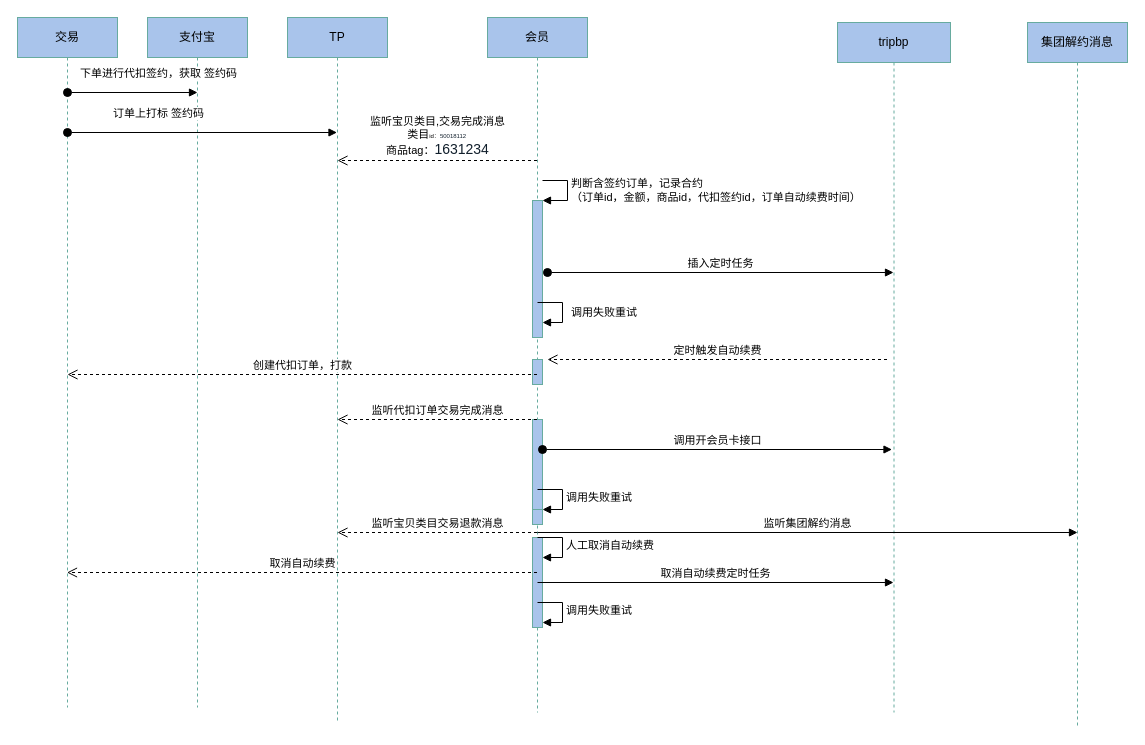
This is page "连续包年" (5 of 5) of 付费权益.drawio from renqiuming/drawio, a draw.io file, before an edit. Source tidied: cells renumbered, new cells numbered last; positions are measured from the earlier drawing's top-left corner, leaving out a move shared by most shapes. Both pictures are drawn from the tidied source at 100%, with x=0, y=0 at pixel (17, 17).
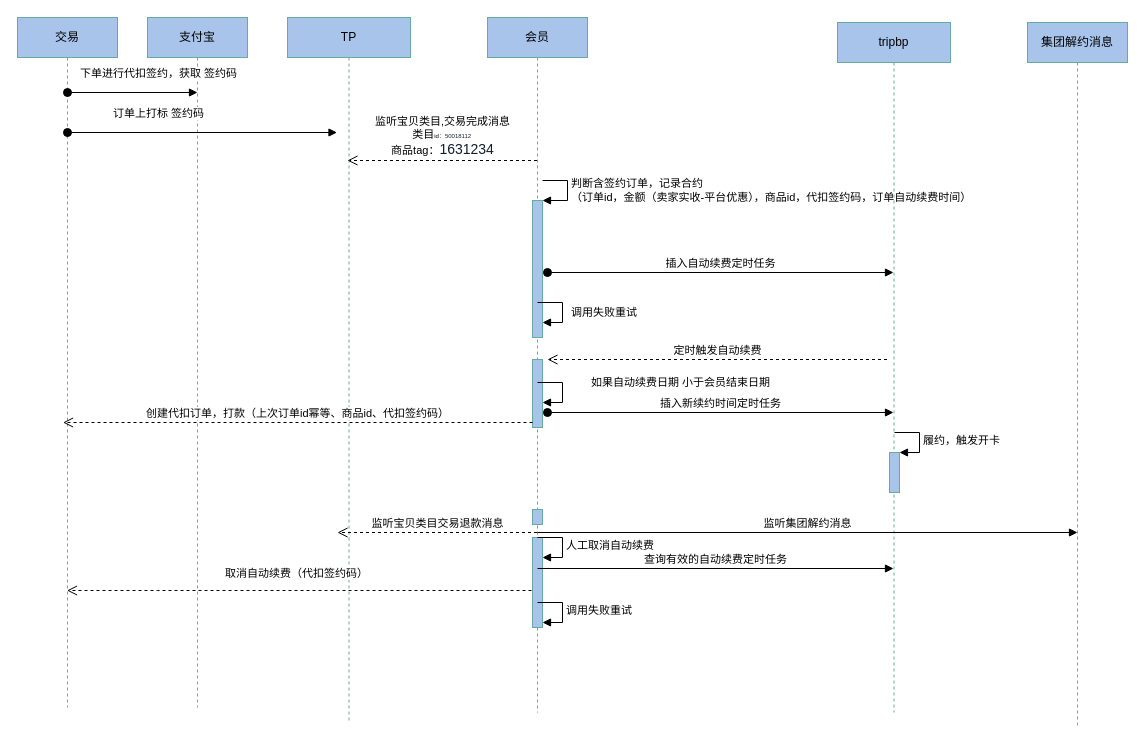
The same diagram, later.

Commit message:
更新付费权益.drawio

The change refers to these unchanged cells:
```xml
<mxCell id="2" value="会员" style="shape=umlLifeline;perimeter=lifelinePerimeter;whiteSpace=wrap;html=1;outlineConnect=0;strokeColor=#67AB9F;fillColor=#A9C4EB;" parent="1" vertex="1">
  <mxGeometry x="470" width="100" height="695" as="geometry" />
</mxCell>
<mxCell id="3" style="html=1;points=[];perimeter=orthogonalPerimeter;strokeColor=#67AB9F;fillColor=#A9C4EB;" parent="2" vertex="1">
  <mxGeometry x="45" y="183" width="10" height="137" as="geometry" />
</mxCell>
<mxCell id="9" style="html=1;points=[];perimeter=orthogonalPerimeter;strokeColor=#67AB9F;fillColor=#A9C4EB;" parent="2" vertex="1">
  <mxGeometry x="45" y="492" width="10" height="15" as="geometry" />
</mxCell>
<mxCell id="11" style="html=1;points=[];perimeter=orthogonalPerimeter;strokeColor=#67AB9F;fillColor=#A9C4EB;" parent="2" vertex="1">
  <mxGeometry x="45" y="520" width="10" height="90" as="geometry" />
</mxCell>
<mxCell id="17" value="交易" style="shape=umlLifeline;perimeter=lifelinePerimeter;whiteSpace=wrap;html=1;outlineConnect=0;strokeColor=#67AB9F;fillColor=#A9C4EB;" parent="1" vertex="1">
  <mxGeometry width="100" height="690" as="geometry" />
</mxCell>
<mxCell id="19" value="tripbp" style="shape=umlLifeline;perimeter=lifelinePerimeter;whiteSpace=wrap;html=1;outlineConnect=0;strokeColor=#67AB9F;fillColor=#A9C4EB;" parent="1" vertex="1">
  <mxGeometry x="820" y="5" width="113" height="690" as="geometry" />
</mxCell>
```

The edit, as a diff of the source:
```diff
@@
-    <mxCell id="4" value="判断含签约订单，记录合约&lt;br&gt;（订单id，金额，商品id，代扣签约id，订单自动续费时间）" style="edgeStyle=orthogonalEdgeStyle;html=1;align=left;spacingLeft=2;endArrow=block;rounded=0;entryX=1;entryY=0;" parent="2" edge="1" target="3">
+    <mxCell id="4" value="判断含签约订单，记录合约&lt;br&gt;（订单id，金额（卖家实收-平台优惠），商品id，代扣签约码，订单自动续费时间）" style="edgeStyle=orthogonalEdgeStyle;html=1;align=left;spacingLeft=2;endArrow=block;rounded=0;entryX=1;entryY=0;" parent="2" edge="1" target="3">
       <mxGeometry relative="1" as="geometry">
         <mxPoint x="55" y="163" as="sourcePoint" />
         <Array as="points">
           <mxPoint x="80" y="163" />
         </Array>
       </mxGeometry>
     </mxCell>
-    <mxCell id="5" value="插入定时任务" style="html=1;verticalAlign=bottom;startArrow=oval;startFill=1;endArrow=block;startSize=8;" parent="2" edge="1" target="19">
+    <mxCell id="5" value="插入自动续费定时任务" style="html=1;verticalAlign=bottom;startArrow=oval;startFill=1;endArrow=block;startSize=8;" parent="2" edge="1" target="19">
       <mxGeometry relative="1" as="geometry">
         <mxPoint x="60" y="255" as="sourcePoint" />
       </mxGeometry>
     </mxCell>
@@
     <mxCell id="7" style="html=1;perimeter=orthogonalPerimeter;strokeColor=#67AB9F;fillColor=#A9C4EB;" parent="2" vertex="1">
-      <mxGeometry x="45" y="342" width="10" height="25" as="geometry" />
+      <mxGeometry x="45" y="342" width="10" height="68" as="geometry" />
     </mxCell>
-    <mxCell id="8" style="html=1;perimeter=orthogonalPerimeter;strokeColor=#67AB9F;fillColor=#A9C4EB;" parent="2" vertex="1">
-      <mxGeometry x="45" y="402" width="10" height="95" as="geometry" />
-    </mxCell>
@@
-    <mxCell id="10" value="调用失败重试" style="edgeStyle=orthogonalEdgeStyle;html=1;align=left;spacingLeft=2;endArrow=block;rounded=0;entryX=1;entryY=0;" parent="2" edge="1" target="9">
-      <mxGeometry relative="1" as="geometry">
-        <mxPoint x="50" y="472" as="sourcePoint" />
-        <Array as="points">
-          <mxPoint x="75" y="472" />
-        </Array>
-      </mxGeometry>
-    </mxCell>
@@
-    <mxCell id="12" value="取消自动续费定时任务" style="html=1;verticalAlign=bottom;endArrow=block;" parent="2" edge="1" target="19">
+    <mxCell id="12" value="查询有效的自动续费定时任务" style="html=1;verticalAlign=bottom;endArrow=block;" parent="2" edge="1">
       <mxGeometry relative="1" as="geometry">
-        <mxPoint x="50" y="565" as="sourcePoint" />
+        <mxPoint x="50" y="551" as="sourcePoint" />
+        <mxPoint x="406" y="551" as="targetPoint" />
       </mxGeometry>
     </mxCell>
     <mxCell id="13" value="TP" style="shape=umlLifeline;perimeter=lifelinePerimeter;whiteSpace=wrap;html=1;strokeColor=#67AB9F;fillColor=#A9C4EB;" parent="1" vertex="1">
-      <mxGeometry x="270" width="100" height="705" as="geometry" />
+      <mxGeometry x="270" width="123" height="705" as="geometry" />
     </mxCell>
     <mxCell id="14" value="监听宝贝类目,交易完成消息&lt;br&gt;类目&lt;font&gt;&lt;span style=&quot;font-size: 6px&quot;&gt;id：&lt;/span&gt;&lt;span style=&quot;color: rgb(17 , 31 , 44) ; font-family: , , , ; text-align: left&quot;&gt;&lt;font style=&quot;font-size: 6px&quot;&gt;50018112&amp;nbsp;&lt;/font&gt;&lt;/span&gt;&lt;/font&gt;&lt;br&gt;商品tag：&lt;span style=&quot;color: rgb(17 , 31 , 44) ; font-family: , , &amp;#34;segoe ui&amp;#34; , &amp;#34;hiragino sans gb&amp;#34; , &amp;#34;microsoft yahei&amp;#34; , &amp;#34;helvetica neue&amp;#34; , &amp;#34;helvetica&amp;#34; , &amp;#34;arial&amp;#34; , sans-serif ; font-size: 14px ; text-align: left&quot;&gt;1631234&lt;/span&gt;" style="html=1;verticalAlign=bottom;endArrow=open;dashed=1;endSize=8;" parent="13" edge="1">
       <mxGeometry relative="1" as="geometry">
         <mxPoint x="249.5" y="143" as="sourcePoint" />
-        <mxPoint x="50" y="143" as="targetPoint" />
+        <mxPoint x="60" y="143" as="targetPoint" />
       </mxGeometry>
     </mxCell>
-    <mxCell id="15" value="监听代扣订单交易完成消息" style="html=1;verticalAlign=bottom;endArrow=open;dashed=1;endSize=8;" parent="13" edge="1">
-      <mxGeometry relative="1" as="geometry">
-        <mxPoint x="249.5" y="402" as="sourcePoint" />
-        <mxPoint x="50" y="402" as="targetPoint" />
-      </mxGeometry>
-    </mxCell>
@@
-    <mxCell id="18" value="创建代扣订单，打款" style="html=1;verticalAlign=bottom;endArrow=open;dashed=1;endSize=8;" parent="17" edge="1">
-      <mxGeometry relative="1" as="geometry">
-        <mxPoint x="519.5" y="357" as="sourcePoint" />
-        <mxPoint x="50" y="357" as="targetPoint" />
-      </mxGeometry>
-    </mxCell>
@@
-    <mxCell id="20" value="调用开会员卡接口" style="html=1;verticalAlign=bottom;startArrow=oval;startFill=1;endArrow=block;startSize=8;" parent="1" edge="1">
-      <mxGeometry relative="1" as="geometry">
-        <mxPoint x="525" y="432" as="sourcePoint" />
-        <mxPoint x="874.5" y="432" as="targetPoint" />
-      </mxGeometry>
-    </mxCell>
+    <mxCell id="32" style="html=1;points=[];perimeter=orthogonalPerimeter;strokeColor=#67AB9F;fillColor=#A9C4EB;" parent="19" vertex="1">
+      <mxGeometry x="52" y="430" width="10" height="40" as="geometry" />
+    </mxCell>
+    <mxCell id="33" value="履约，触发开卡" style="edgeStyle=orthogonalEdgeStyle;html=1;align=left;spacingLeft=2;endArrow=block;rounded=0;entryX=1;entryY=0;" parent="19" edge="1" target="32">
+      <mxGeometry relative="1" as="geometry">
+        <mxPoint x="57" y="410" as="sourcePoint" />
+        <Array as="points">
+          <mxPoint x="82" y="410" />
+        </Array>
+      </mxGeometry>
+    </mxCell>
@@
-    <mxCell id="31" value="取消自动续费" style="html=1;verticalAlign=bottom;endArrow=open;dashed=1;endSize=8;" parent="1" edge="1" source="2" target="17">
-      <mxGeometry relative="1" as="geometry">
+    <mxCell id="31" value="取消自动续费（代扣签约码）" style="html=1;verticalAlign=bottom;endArrow=open;dashed=1;endSize=8;exitX=-0.1;exitY=0.589;exitDx=0;exitDy=0;exitPerimeter=0;" parent="1" edge="1" source="11" target="17">
+      <mxGeometry x="0.01" y="-8" relative="1" as="geometry">
         <Array as="points">
-          <mxPoint x="410" y="555" />
-          <mxPoint x="130" y="555" />
+          <mxPoint x="410" y="573" />
+          <mxPoint x="130" y="573" />
         </Array>
       </mxGeometry>
     </mxCell>
+    <mxCell id="18" value="创建代扣订单，打款（上次订单id幂等、商品id、代扣签约码）" style="html=1;verticalAlign=bottom;endArrow=open;dashed=1;endSize=8;" parent="1" edge="1">
+      <mxGeometry relative="1" as="geometry">
+        <mxPoint x="515" y="405" as="sourcePoint" />
+        <mxPoint x="45.5" y="405" as="targetPoint" />
+      </mxGeometry>
+    </mxCell>
+    <mxCell id="34" value="如果自动续费日期 小于会员结束日期" style="edgeStyle=orthogonalEdgeStyle;html=1;align=left;spacingLeft=2;endArrow=block;rounded=0;entryX=1;entryY=0;" parent="1" edge="1">
+      <mxGeometry x="-0.23" y="25" relative="1" as="geometry">
+        <mxPoint x="520" y="365" as="sourcePoint" />
+        <mxPoint x="525" y="385" as="targetPoint" />
+        <Array as="points">
+          <mxPoint x="545" y="365" />
+        </Array>
+      </mxGeometry>
+    </mxCell>
+    <mxCell id="35" value="插入新续约时间定时任务" style="html=1;verticalAlign=bottom;startArrow=oval;startFill=1;endArrow=block;startSize=8;" parent="1" edge="1">
+      <mxGeometry relative="1" as="geometry">
+        <mxPoint x="530" y="395" as="sourcePoint" />
+        <mxPoint x="876" y="395" as="targetPoint" />
+      </mxGeometry>
+    </mxCell>
```
